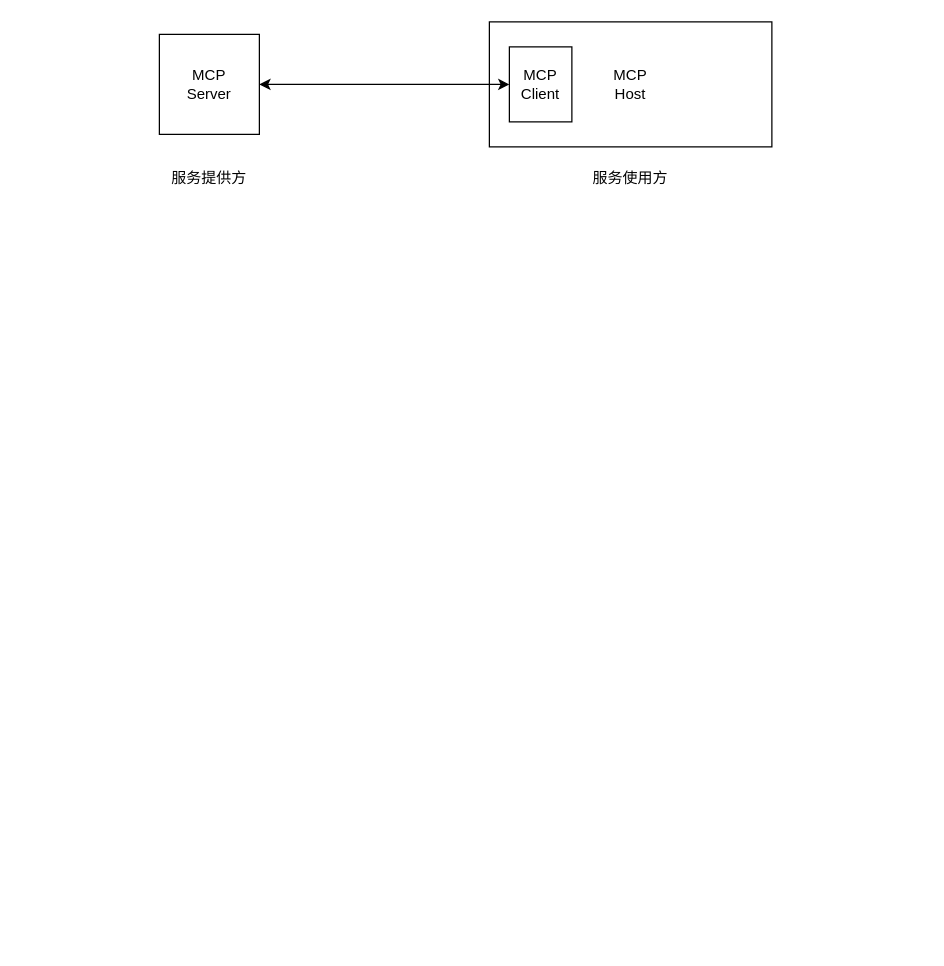
This is LLM/MCP架构.drawio from jayouths/drawio_Repository, a draw.io file, before an edit. Source tidied: cells renumbered, new cells numbered last; positions are measured from the earlier drawing's top-left corner, leaving out a move shared by most shapes. Both pictures are drawn from the tidied source at 125%, with x=0, y=0 at pixel (159, 21).
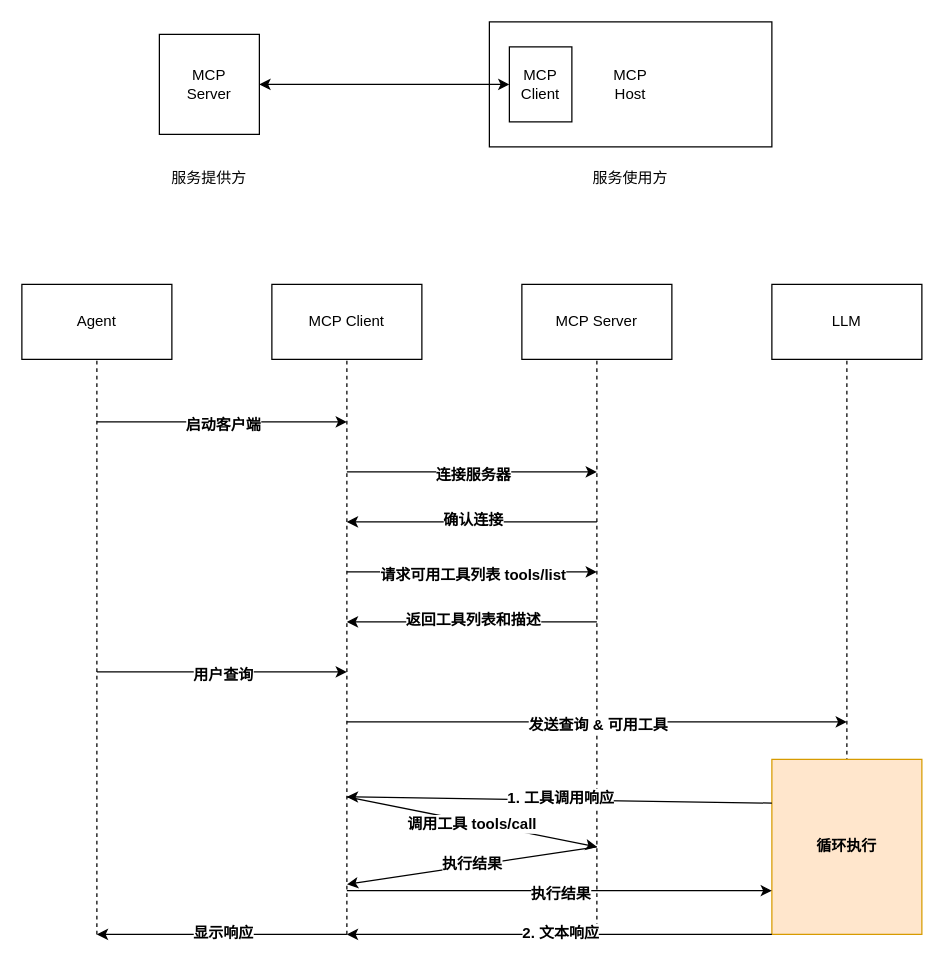
Above is the later version.

Diff of the diagram source:
```diff
@@
+    <mxCell id="8" value="Agent" style="rounded=0;whiteSpace=wrap;html=1;" parent="1" vertex="1">
+      <mxGeometry x="-110" y="210" width="120" height="60" as="geometry" />
+    </mxCell>
+    <mxCell id="9" value="MCP Client" style="rounded=0;whiteSpace=wrap;html=1;" parent="1" vertex="1">
+      <mxGeometry x="90" y="210" width="120" height="60" as="geometry" />
+    </mxCell>
+    <mxCell id="10" value="MCP Server" style="rounded=0;whiteSpace=wrap;html=1;" parent="1" vertex="1">
+      <mxGeometry x="290" y="210" width="120" height="60" as="geometry" />
+    </mxCell>
+    <mxCell id="11" style="endArrow=classic;html=1;rounded=0;" parent="1" edge="1">
+      <mxGeometry relative="1" as="geometry">
+        <mxPoint x="-50" y="320" as="sourcePoint" />
+        <mxPoint x="150" y="320" as="targetPoint" />
+      </mxGeometry>
+    </mxCell>
+    <mxCell id="12" value="&lt;font style=&quot;font-size: 12px;&quot;&gt;&lt;b&gt;启动客户端&lt;/b&gt;&lt;/font&gt;" style="edgeLabel;html=1;align=center;verticalAlign=middle;" parent="11" vertex="1">
+      <mxGeometry y="-2" relative="1" as="geometry" />
+    </mxCell>
+    <mxCell id="13" style="endArrow=none;dashed=1;html=1;rounded=0;entryX=0.5;entryY=1;entryDx=0;entryDy=0;" parent="1" edge="1" target="8">
+      <mxGeometry relative="1" as="geometry">
+        <mxPoint x="-50" y="730" as="sourcePoint" />
+      </mxGeometry>
+    </mxCell>
+    <mxCell id="14" style="endArrow=none;dashed=1;html=1;rounded=0;entryX=0.5;entryY=1;entryDx=0;entryDy=0;" parent="1" edge="1" target="9">
+      <mxGeometry relative="1" as="geometry">
+        <mxPoint x="150" y="730" as="sourcePoint" />
+      </mxGeometry>
+    </mxCell>
+    <mxCell id="15" style="endArrow=none;dashed=1;html=1;rounded=0;entryX=0.5;entryY=1;entryDx=0;entryDy=0;" parent="1" edge="1" target="10">
+      <mxGeometry relative="1" as="geometry">
+        <mxPoint x="350" y="730" as="sourcePoint" />
+      </mxGeometry>
+    </mxCell>
+    <mxCell id="16" style="endArrow=classic;html=1;rounded=0;" parent="1" edge="1">
+      <mxGeometry relative="1" as="geometry">
+        <mxPoint x="150" y="360" as="sourcePoint" />
+        <mxPoint x="350" y="360" as="targetPoint" />
+      </mxGeometry>
+    </mxCell>
+    <mxCell id="17" value="&lt;font style=&quot;font-size: 12px;&quot;&gt;&lt;b&gt;连接服务器&lt;/b&gt;&lt;/font&gt;" style="edgeLabel;html=1;align=center;verticalAlign=middle;" parent="16" vertex="1">
+      <mxGeometry y="-2" relative="1" as="geometry" />
+    </mxCell>
+    <mxCell id="18" style="endArrow=classic;html=1;rounded=0;" parent="1" edge="1">
+      <mxGeometry relative="1" as="geometry">
+        <mxPoint x="350" y="400" as="sourcePoint" />
+        <mxPoint x="150" y="400" as="targetPoint" />
+      </mxGeometry>
+    </mxCell>
+    <mxCell id="19" value="&lt;font style=&quot;font-size: 12px;&quot;&gt;&lt;b&gt;确认连接&lt;/b&gt;&lt;/font&gt;" style="edgeLabel;html=1;align=center;verticalAlign=middle;" parent="18" vertex="1">
+      <mxGeometry y="-2" relative="1" as="geometry" />
+    </mxCell>
+    <mxCell id="20" style="endArrow=classic;html=1;rounded=0;" parent="1" edge="1">
+      <mxGeometry relative="1" as="geometry">
+        <mxPoint x="150" y="440" as="sourcePoint" />
+        <mxPoint x="350" y="440" as="targetPoint" />
+      </mxGeometry>
+    </mxCell>
+    <mxCell id="21" value="&lt;font style=&quot;font-size: 12px;&quot;&gt;&lt;b&gt;请求可用工具列表 tools/list&lt;/b&gt;&lt;/font&gt;" style="edgeLabel;html=1;align=center;verticalAlign=middle;" parent="20" vertex="1">
+      <mxGeometry y="-2" relative="1" as="geometry" />
+    </mxCell>
+    <mxCell id="22" style="endArrow=classic;html=1;rounded=0;" parent="1" edge="1">
+      <mxGeometry relative="1" as="geometry">
+        <mxPoint x="350" y="480" as="sourcePoint" />
+        <mxPoint x="150" y="480" as="targetPoint" />
+      </mxGeometry>
+    </mxCell>
+    <mxCell id="23" value="&lt;font style=&quot;font-size: 12px;&quot;&gt;&lt;b&gt;返回工具列表和描述&lt;/b&gt;&lt;/font&gt;" style="edgeLabel;html=1;align=center;verticalAlign=middle;" parent="22" vertex="1">
+      <mxGeometry y="-2" relative="1" as="geometry" />
+    </mxCell>
+    <mxCell id="24" value="LLM" style="rounded=0;whiteSpace=wrap;html=1;" parent="1" vertex="1">
+      <mxGeometry x="490" y="210" width="120" height="60" as="geometry" />
+    </mxCell>
+    <mxCell id="25" style="endArrow=none;dashed=1;html=1;rounded=0;entryX=0.5;entryY=1;entryDx=0;entryDy=0;exitX=0.5;exitY=1;exitDx=0;exitDy=0;" parent="1" edge="1" source="30" target="24">
+      <mxGeometry relative="1" as="geometry" />
+    </mxCell>
+    <mxCell id="26" style="endArrow=classic;html=1;rounded=0;" parent="1" edge="1">
+      <mxGeometry relative="1" as="geometry">
+        <mxPoint x="-50" y="520" as="sourcePoint" />
+        <mxPoint x="150" y="520" as="targetPoint" />
+      </mxGeometry>
+    </mxCell>
+    <mxCell id="27" value="&lt;span style=&quot;font-size: 12px;&quot;&gt;&lt;b&gt;用户查询&lt;/b&gt;&lt;/span&gt;" style="edgeLabel;html=1;align=center;verticalAlign=middle;" parent="26" vertex="1">
+      <mxGeometry y="-2" relative="1" as="geometry" />
+    </mxCell>
+    <mxCell id="28" style="endArrow=classic;html=1;rounded=0;" parent="1" edge="1">
+      <mxGeometry relative="1" as="geometry">
+        <mxPoint x="150" y="560" as="sourcePoint" />
+        <mxPoint x="550" y="560" as="targetPoint" />
+      </mxGeometry>
+    </mxCell>
+    <mxCell id="29" value="&lt;font style=&quot;font-size: 12px;&quot;&gt;&lt;b&gt;发送查询 &amp;amp; 可用工具&lt;/b&gt;&lt;/font&gt;" style="edgeLabel;html=1;align=center;verticalAlign=middle;" parent="28" vertex="1">
+      <mxGeometry y="-2" relative="1" as="geometry" />
+    </mxCell>
+    <mxCell id="30" value="&lt;b&gt;循环执行&lt;/b&gt;" style="rounded=0;whiteSpace=wrap;html=1;fillColor=#ffe6cc;strokeColor=#d79b00;" parent="1" vertex="1">
+      <mxGeometry x="490" y="590" width="120" height="140" as="geometry" />
+    </mxCell>
+    <mxCell id="31" style="endArrow=classic;html=1;rounded=0;exitX=0;exitY=0.25;exitDx=0;exitDy=0;" parent="1" edge="1" source="30">
+      <mxGeometry relative="1" as="geometry">
+        <mxPoint x="150" y="620" as="targetPoint" />
+      </mxGeometry>
+    </mxCell>
+    <mxCell id="32" value="&lt;span style=&quot;font-size: 12px;&quot;&gt;&lt;b&gt;1. 工具调用响应&lt;/b&gt;&lt;/span&gt;" style="edgeLabel;html=1;align=center;verticalAlign=middle;" parent="31" vertex="1">
+      <mxGeometry y="-2" relative="1" as="geometry" />
+    </mxCell>
+    <mxCell id="33" style="endArrow=classic;html=1;rounded=0;" parent="1" edge="1">
+      <mxGeometry relative="1" as="geometry">
+        <mxPoint x="150" y="620" as="sourcePoint" />
+        <mxPoint x="350" y="660" as="targetPoint" />
+      </mxGeometry>
+    </mxCell>
+    <mxCell id="34" value="&lt;font style=&quot;font-size: 12px;&quot;&gt;&lt;b&gt;调用工具 tools/call&lt;/b&gt;&lt;/font&gt;" style="edgeLabel;html=1;align=center;verticalAlign=middle;" parent="33" vertex="1">
+      <mxGeometry y="-2" relative="1" as="geometry" />
+    </mxCell>
+    <mxCell id="35" style="endArrow=classic;html=1;rounded=0;" parent="1" edge="1">
+      <mxGeometry relative="1" as="geometry">
+        <mxPoint x="350" y="660" as="sourcePoint" />
+        <mxPoint x="150" y="690" as="targetPoint" />
+      </mxGeometry>
+    </mxCell>
+    <mxCell id="36" value="&lt;font style=&quot;font-size: 12px;&quot;&gt;&lt;b&gt;执行结果&lt;/b&gt;&lt;/font&gt;" style="edgeLabel;html=1;align=center;verticalAlign=middle;" parent="35" vertex="1">
+      <mxGeometry y="-2" relative="1" as="geometry" />
+    </mxCell>
+    <mxCell id="37" style="endArrow=classic;html=1;rounded=0;entryX=0;entryY=0.75;entryDx=0;entryDy=0;" parent="1" edge="1" target="30">
+      <mxGeometry relative="1" as="geometry">
+        <mxPoint x="150" y="695" as="sourcePoint" />
+      </mxGeometry>
+    </mxCell>
+    <mxCell id="38" value="&lt;span style=&quot;font-size: 12px;&quot;&gt;&lt;b&gt;执行结果&lt;/b&gt;&lt;/span&gt;" style="edgeLabel;html=1;align=center;verticalAlign=middle;" parent="37" vertex="1">
+      <mxGeometry y="-2" relative="1" as="geometry" />
+    </mxCell>
+    <mxCell id="39" style="endArrow=classic;html=1;rounded=0;exitX=0;exitY=1;exitDx=0;exitDy=0;" parent="1" edge="1" source="30">
+      <mxGeometry relative="1" as="geometry">
+        <mxPoint x="150" y="730" as="targetPoint" />
+      </mxGeometry>
+    </mxCell>
+    <mxCell id="40" value="&lt;span style=&quot;font-size: 12px;&quot;&gt;&lt;b&gt;2. 文本响应&lt;/b&gt;&lt;/span&gt;" style="edgeLabel;html=1;align=center;verticalAlign=middle;" parent="39" vertex="1">
+      <mxGeometry y="-2" relative="1" as="geometry" />
+    </mxCell>
+    <mxCell id="41" style="endArrow=classic;html=1;rounded=0;" parent="1" edge="1">
+      <mxGeometry relative="1" as="geometry">
+        <mxPoint x="150" y="730" as="sourcePoint" />
+        <mxPoint x="-50" y="730" as="targetPoint" />
+      </mxGeometry>
+    </mxCell>
+    <mxCell id="42" value="&lt;span style=&quot;font-size: 12px;&quot;&gt;&lt;b&gt;显示响应&lt;/b&gt;&lt;/span&gt;" style="edgeLabel;html=1;align=center;verticalAlign=middle;" parent="41" vertex="1">
+      <mxGeometry y="-2" relative="1" as="geometry" />
+    </mxCell>
```
